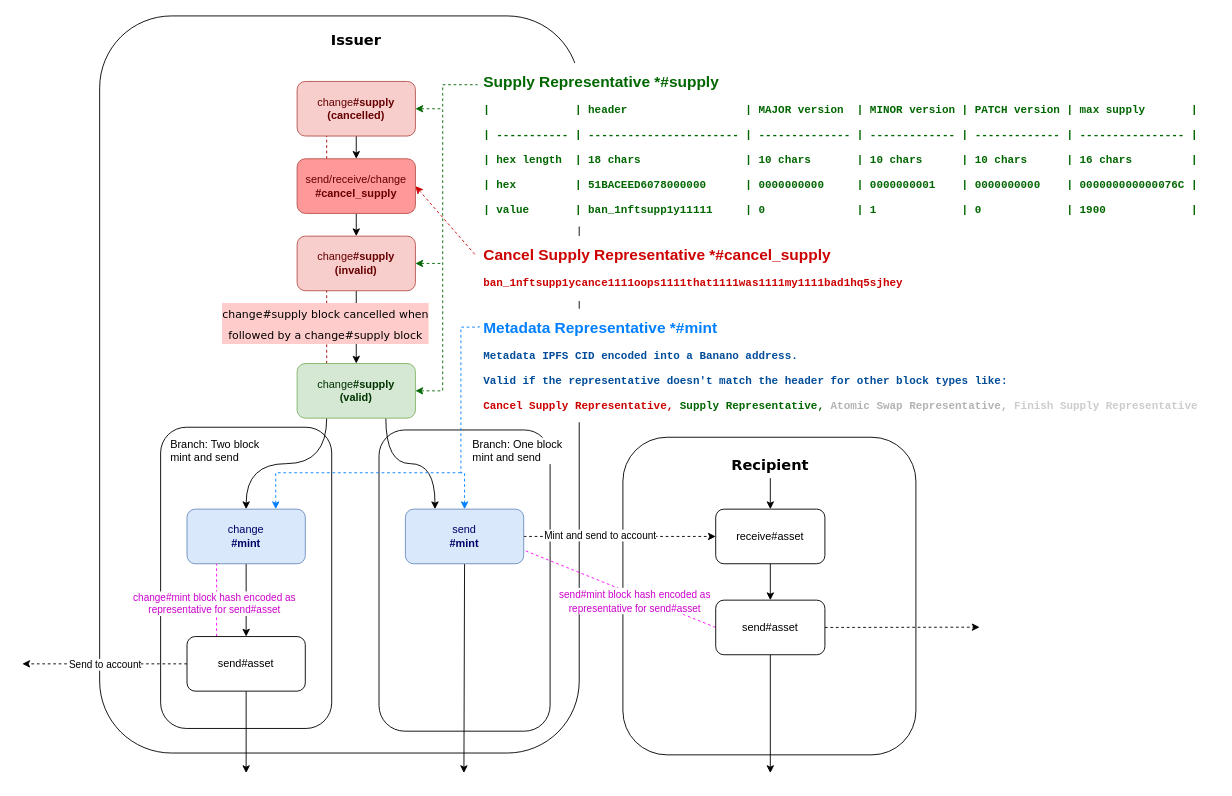
The draw.io diagram diagrams/supply-mint-send-receive.drawio in Airtune/73-meta-tokens, before the edit. Source tidied: cells renumbered, new cells numbered last; positions are measured from the earlier drawing's top-left corner, leaving out a move shared by most shapes. Both pictures are drawn from the tidied source at 91%, with x=0, y=0 at pixel (22, 15).
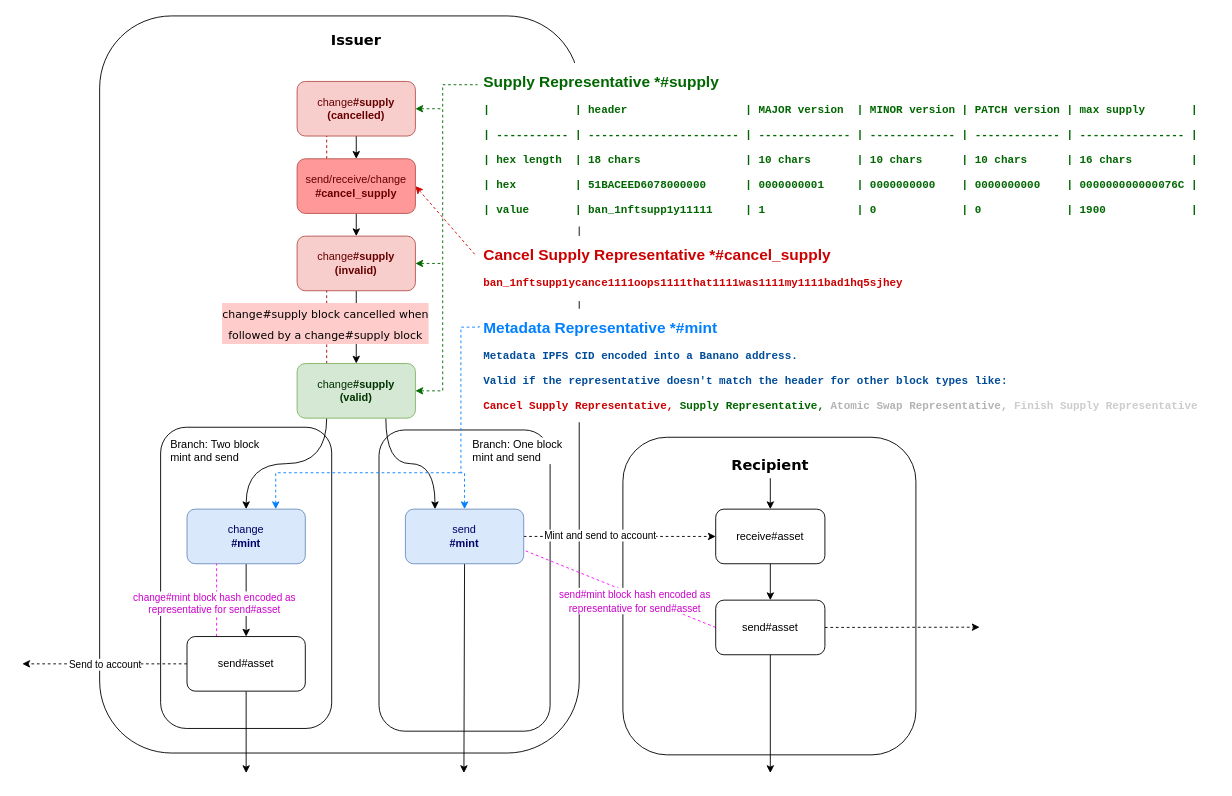
After the change.

Commit message (it also covers changes not shown here):
Update diagrams to use v1.0.0 for supply blocks

Diff of the diagram source:
```diff
@@
-    <mxCell id="9" value="&lt;p style=&quot;line-height: 1&quot;&gt;&lt;/p&gt;&lt;h1 style=&quot;font-size: 17px&quot;&gt;Supply Representative *#supply&lt;/h1&gt;&lt;p&gt;&lt;font face=&quot;Courier New&quot;&gt;&lt;b style=&quot;line-height: 1.2&quot;&gt;|&amp;nbsp; &amp;nbsp; &amp;nbsp; &amp;nbsp; &amp;nbsp; &amp;nbsp; &amp;nbsp;| header&amp;nbsp; &amp;nbsp; &amp;nbsp; &amp;nbsp; &amp;nbsp; &amp;nbsp; &amp;nbsp; &amp;nbsp; &amp;nbsp; | MAJOR version&amp;nbsp; | MINOR version | PATCH version | max supply&amp;nbsp; &amp;nbsp; &amp;nbsp; &amp;nbsp;|&lt;/b&gt;&lt;/font&gt;&lt;/p&gt;&lt;p&gt;&lt;font face=&quot;Courier New&quot;&gt;&lt;b&gt;| ----------- | ----------------------- | -------------- | ------------- | ------------- | ---------------- |&lt;/b&gt;&lt;/font&gt;&lt;/p&gt;&lt;p&gt;&lt;font face=&quot;Courier New&quot;&gt;&lt;b style=&quot;line-height: 1.2&quot;&gt;| hex length&amp;nbsp; | 18 chars&amp;nbsp; &amp;nbsp; &amp;nbsp; &amp;nbsp; &amp;nbsp; &amp;nbsp; &amp;nbsp; &amp;nbsp; | 10 chars&amp;nbsp; &amp;nbsp; &amp;nbsp; &amp;nbsp;| 10 chars&amp;nbsp; &amp;nbsp; &amp;nbsp; | 10 chars&amp;nbsp; &amp;nbsp; &amp;nbsp; | 16 chars&amp;nbsp; &amp;nbsp; &amp;nbsp; &amp;nbsp; &amp;nbsp;|&lt;/b&gt;&lt;/font&gt;&lt;/p&gt;&lt;p&gt;&lt;font face=&quot;Courier New&quot;&gt;&lt;b&gt;| hex&amp;nbsp; &amp;nbsp; &amp;nbsp; &amp;nbsp; &amp;nbsp;| 51BACEED6078000000&amp;nbsp; &amp;nbsp; &amp;nbsp; | 0000000000&amp;nbsp; &amp;nbsp; &amp;nbsp;| 0000000001&amp;nbsp; &amp;nbsp; | 0000000000&amp;nbsp; &amp;nbsp; | 000000000000076C |&lt;/b&gt;&lt;/font&gt;&lt;/p&gt;&lt;p&gt;&lt;font face=&quot;Courier New&quot;&gt;&lt;b&gt;| value&amp;nbsp; &amp;nbsp; &amp;nbsp; &amp;nbsp;| ban_1nftsupp1y11111&amp;nbsp; &amp;nbsp; &amp;nbsp;| 0&amp;nbsp; &amp;nbsp; &amp;nbsp; &amp;nbsp; &amp;nbsp; &amp;nbsp; &amp;nbsp; | 1&amp;nbsp; &amp;nbsp; &amp;nbsp; &amp;nbsp; &amp;nbsp; &amp;nbsp; &amp;nbsp;| 0&amp;nbsp; &amp;nbsp; &amp;nbsp; &amp;nbsp; &amp;nbsp; &amp;nbsp; &amp;nbsp;| 1900&amp;nbsp; &amp;nbsp; &amp;nbsp; &amp;nbsp; &amp;nbsp; &amp;nbsp; &amp;nbsp;|&lt;/b&gt;&lt;/font&gt;&lt;/p&gt;&lt;p&gt;&lt;/p&gt;" style="text;html=1;strokeColor=none;fillColor=none;spacing=5;spacingTop=-20;whiteSpace=wrap;overflow=hidden;rounded=0;labelBackgroundColor=default;fontColor=#006600;" parent="1" vertex="1">
+    <mxCell id="9" value="&lt;p style=&quot;line-height: 1&quot;&gt;&lt;/p&gt;&lt;h1 style=&quot;font-size: 17px&quot;&gt;Supply Representative *#supply&lt;/h1&gt;&lt;p&gt;&lt;font face=&quot;Courier New&quot;&gt;&lt;b style=&quot;line-height: 1.2&quot;&gt;|&amp;nbsp; &amp;nbsp; &amp;nbsp; &amp;nbsp; &amp;nbsp; &amp;nbsp; &amp;nbsp;| header&amp;nbsp; &amp;nbsp; &amp;nbsp; &amp;nbsp; &amp;nbsp; &amp;nbsp; &amp;nbsp; &amp;nbsp; &amp;nbsp; | MAJOR version&amp;nbsp; | MINOR version | PATCH version | max supply&amp;nbsp; &amp;nbsp; &amp;nbsp; &amp;nbsp;|&lt;/b&gt;&lt;/font&gt;&lt;/p&gt;&lt;p&gt;&lt;font face=&quot;Courier New&quot;&gt;&lt;b&gt;| ----------- | ----------------------- | -------------- | ------------- | ------------- | ---------------- |&lt;/b&gt;&lt;/font&gt;&lt;/p&gt;&lt;p&gt;&lt;font face=&quot;Courier New&quot;&gt;&lt;b style=&quot;line-height: 1.2&quot;&gt;| hex length&amp;nbsp; | 18 chars&amp;nbsp; &amp;nbsp; &amp;nbsp; &amp;nbsp; &amp;nbsp; &amp;nbsp; &amp;nbsp; &amp;nbsp; | 10 chars&amp;nbsp; &amp;nbsp; &amp;nbsp; &amp;nbsp;| 10 chars&amp;nbsp; &amp;nbsp; &amp;nbsp; | 10 chars&amp;nbsp; &amp;nbsp; &amp;nbsp; | 16 chars&amp;nbsp; &amp;nbsp; &amp;nbsp; &amp;nbsp; &amp;nbsp;|&lt;/b&gt;&lt;/font&gt;&lt;/p&gt;&lt;p&gt;&lt;font face=&quot;Courier New&quot;&gt;&lt;b&gt;| hex&amp;nbsp; &amp;nbsp; &amp;nbsp; &amp;nbsp; &amp;nbsp;| 51BACEED6078000000&amp;nbsp; &amp;nbsp; &amp;nbsp; | 0000000001&amp;nbsp; &amp;nbsp; &amp;nbsp;| 0000000000&amp;nbsp; &amp;nbsp; | 0000000000&amp;nbsp; &amp;nbsp; | 000000000000076C |&lt;/b&gt;&lt;/font&gt;&lt;/p&gt;&lt;p&gt;&lt;font face=&quot;Courier New&quot;&gt;&lt;b&gt;| value&amp;nbsp; &amp;nbsp; &amp;nbsp; &amp;nbsp;| ban_1nftsupp1y11111&amp;nbsp; &amp;nbsp; &amp;nbsp;| 1&amp;nbsp; &amp;nbsp; &amp;nbsp; &amp;nbsp; &amp;nbsp; &amp;nbsp; &amp;nbsp; | 0&amp;nbsp; &amp;nbsp; &amp;nbsp; &amp;nbsp; &amp;nbsp; &amp;nbsp; &amp;nbsp;| 0&amp;nbsp; &amp;nbsp; &amp;nbsp; &amp;nbsp; &amp;nbsp; &amp;nbsp; &amp;nbsp;| 1900&amp;nbsp; &amp;nbsp; &amp;nbsp; &amp;nbsp; &amp;nbsp; &amp;nbsp; &amp;nbsp;|&lt;/b&gt;&lt;/font&gt;&lt;/p&gt;&lt;p&gt;&lt;/p&gt;" style="text;html=1;strokeColor=none;fillColor=none;spacing=5;spacingTop=-20;whiteSpace=wrap;overflow=hidden;rounded=0;labelBackgroundColor=default;fontColor=#006600;" parent="1" vertex="1">
       <mxGeometry x="502" y="62" width="810" height="170" as="geometry" />
     </mxCell>
```
